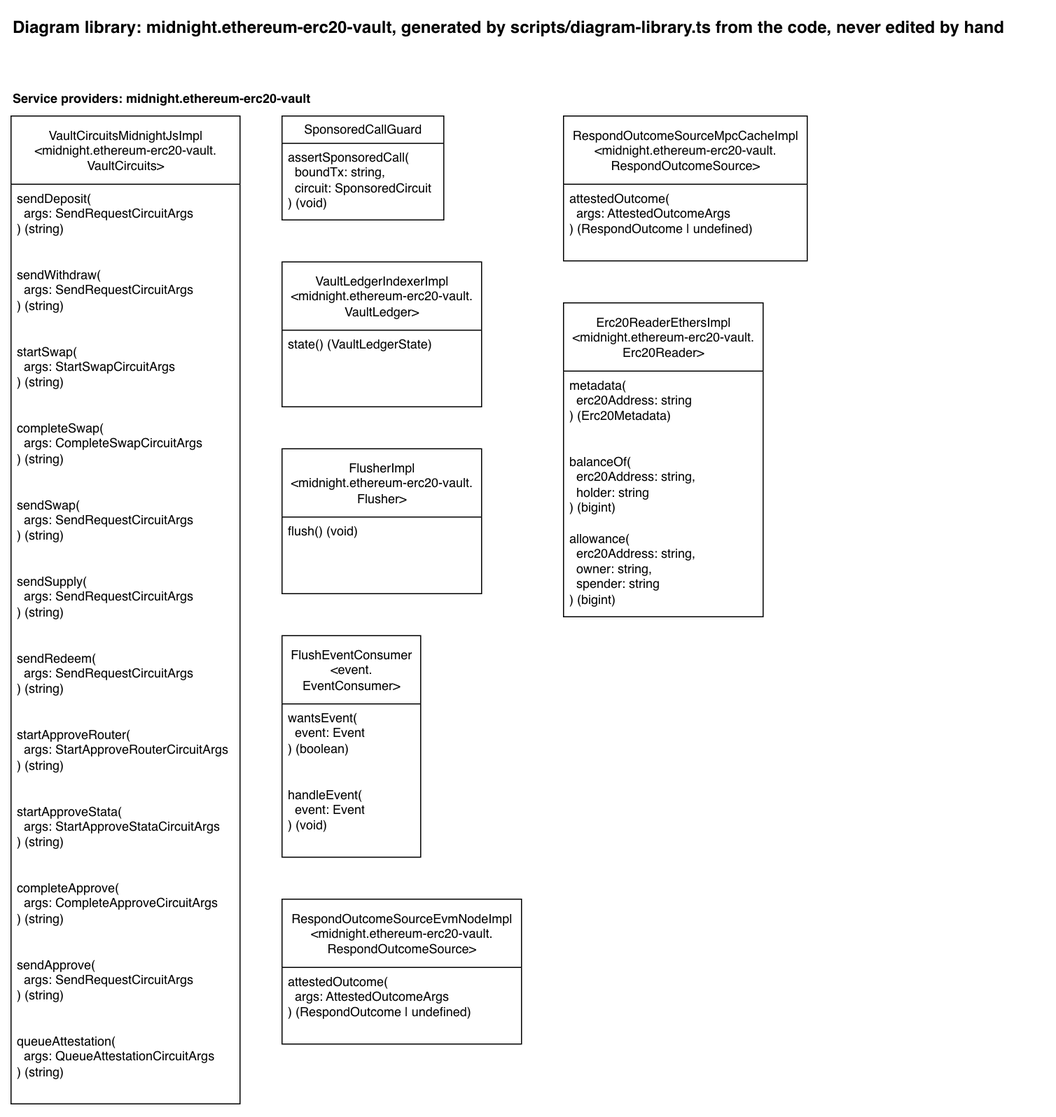
The draw.io diagram docs/diagram-library/midnight/ethereum-erc20-vault/diagram-library.drawio.png in sig-net/full-stack-demo, before a commit. Source tidied: cells renumbered, new cells last; positions are measured from the earlier drawing's top-left corner, leaving out a move shared by most shapes.
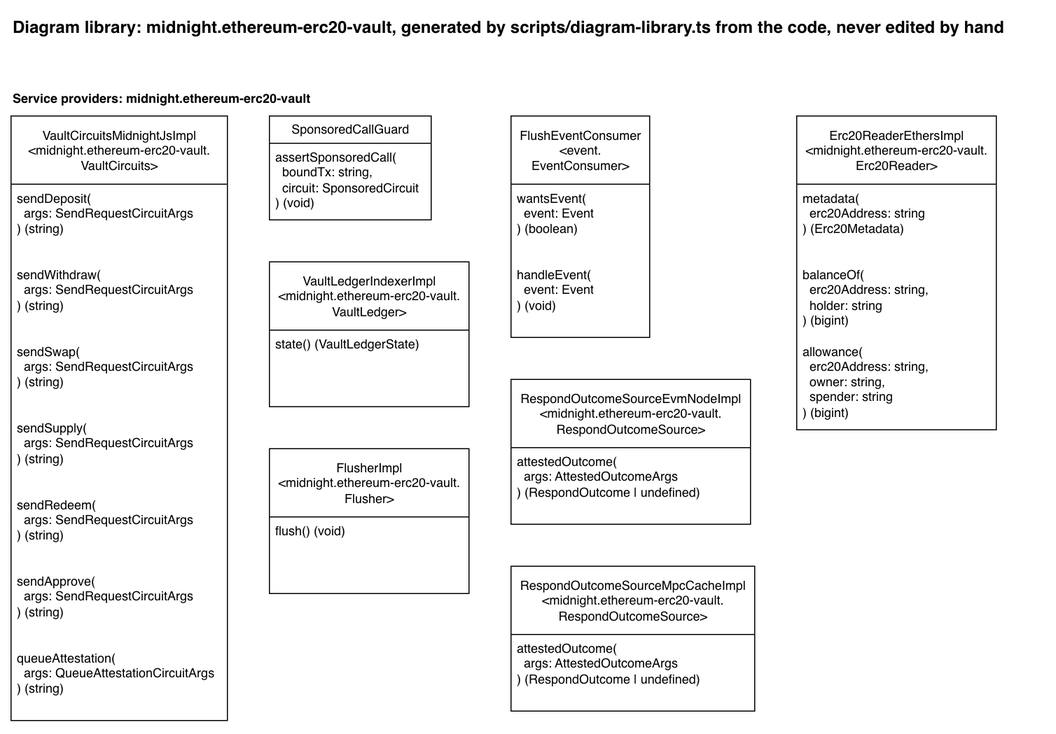
Above is the later version.

The edit, as a diff of the source:
```diff
@@ -9,64 +9,49 @@
       <mxGeometry y="70" width="309" height="20" as="geometry" />
     </mxCell>
     <mxCell id="4" value="VaultCircuitsMidnightJsImpl&lt;br&gt;&amp;lt;midnight.ethereum-erc20-vault.&lt;br&gt;VaultCircuits&amp;gt;" style="swimlane;fontStyle=0;horizontal=1;startSize=65;fillColor=default;html=1;fillStyle=solid;" parent="1" vertex="1">
-      <mxGeometry y="100" width="218" height="941" as="geometry" />
+      <mxGeometry y="100" width="206" height="576" as="geometry" />
     </mxCell>
     <mxCell id="5" value="sendDeposit(&lt;br&gt;&amp;nbsp; args: SendRequestCircuitArgs&lt;br&gt;) (string)" style="text;strokeColor=none;fillColor=none;align=left;verticalAlign=top;spacingLeft=4;spacingRight=4;overflow=hidden;whiteSpace=wrap;html=1;" parent="4" vertex="1">
-      <mxGeometry y="65" width="218" height="73" as="geometry" />
+      <mxGeometry y="65" width="206" height="73" as="geometry" />
     </mxCell>
     <mxCell id="6" value="sendWithdraw(&lt;br&gt;&amp;nbsp; args: SendRequestCircuitArgs&lt;br&gt;) (string)" style="text;strokeColor=none;fillColor=none;align=left;verticalAlign=top;spacingLeft=4;spacingRight=4;overflow=hidden;whiteSpace=wrap;html=1;" parent="4" vertex="1">
-      <mxGeometry y="138" width="218" height="73" as="geometry" />
+      <mxGeometry y="138" width="206" height="73" as="geometry" />
     </mxCell>
-    <mxCell id="7" value="startSwap(&lt;br&gt;&amp;nbsp; args: StartSwapCircuitArgs&lt;br&gt;) (string)" style="text;strokeColor=none;fillColor=none;align=left;verticalAlign=top;spacingLeft=4;spacingRight=4;overflow=hidden;whiteSpace=wrap;html=1;" parent="4" vertex="1">
-      <mxGeometry y="211" width="218" height="73" as="geometry" />
-    </mxCell>
-    <mxCell id="8" value="completeSwap(&lt;br&gt;&amp;nbsp; args: CompleteSwapCircuitArgs&lt;br&gt;) (string)" style="text;strokeColor=none;fillColor=none;align=left;verticalAlign=top;spacingLeft=4;spacingRight=4;overflow=hidden;whiteSpace=wrap;html=1;" parent="4" vertex="1">
-      <mxGeometry y="284" width="218" height="73" as="geometry" />
-    </mxCell>
     <mxCell id="9" value="sendSwap(&lt;br&gt;&amp;nbsp; args: SendRequestCircuitArgs&lt;br&gt;) (string)" style="text;strokeColor=none;fillColor=none;align=left;verticalAlign=top;spacingLeft=4;spacingRight=4;overflow=hidden;whiteSpace=wrap;html=1;" parent="4" vertex="1">
-      <mxGeometry y="357" width="218" height="73" as="geometry" />
+      <mxGeometry y="211" width="206" height="73" as="geometry" />
     </mxCell>
     <mxCell id="10" value="sendSupply(&lt;br&gt;&amp;nbsp; args: SendRequestCircuitArgs&lt;br&gt;) (string)" style="text;strokeColor=none;fillColor=none;align=left;verticalAlign=top;spacingLeft=4;spacingRight=4;overflow=hidden;whiteSpace=wrap;html=1;" parent="4" vertex="1">
-      <mxGeometry y="430" width="218" height="73" as="geometry" />
+      <mxGeometry y="284" width="206" height="73" as="geometry" />
     </mxCell>
     <mxCell id="11" value="sendRedeem(&lt;br&gt;&amp;nbsp; args: SendRequestCircuitArgs&lt;br&gt;) (string)" style="text;strokeColor=none;fillColor=none;align=left;verticalAlign=top;spacingLeft=4;spacingRight=4;overflow=hidden;whiteSpace=wrap;html=1;" parent="4" vertex="1">
-      <mxGeometry y="503" width="218" height="73" as="geometry" />
+      <mxGeometry y="357" width="206" height="73" as="geometry" />
     </mxCell>
-    <mxCell id="12" value="startApproveRouter(&lt;br&gt;&amp;nbsp; args: StartApproveRouterCircuitArgs&lt;br&gt;) (string)" style="text;strokeColor=none;fillColor=none;align=left;verticalAlign=top;spacingLeft=4;spacingRight=4;overflow=hidden;whiteSpace=wrap;html=1;" parent="4" vertex="1">
-      <mxGeometry y="576" width="218" height="73" as="geometry" />
-    </mxCell>
-    <mxCell id="13" value="startApproveStata(&lt;br&gt;&amp;nbsp; args: StartApproveStataCircuitArgs&lt;br&gt;) (string)" style="text;strokeColor=none;fillColor=none;align=left;verticalAlign=top;spacingLeft=4;spacingRight=4;overflow=hidden;whiteSpace=wrap;html=1;" parent="4" vertex="1">
-      <mxGeometry y="649" width="218" height="73" as="geometry" />
-    </mxCell>
-    <mxCell id="14" value="completeApprove(&lt;br&gt;&amp;nbsp; args: CompleteApproveCircuitArgs&lt;br&gt;) (string)" style="text;strokeColor=none;fillColor=none;align=left;verticalAlign=top;spacingLeft=4;spacingRight=4;overflow=hidden;whiteSpace=wrap;html=1;" parent="4" vertex="1">
-      <mxGeometry y="722" width="218" height="73" as="geometry" />
-    </mxCell>
     <mxCell id="15" value="sendApprove(&lt;br&gt;&amp;nbsp; args: SendRequestCircuitArgs&lt;br&gt;) (string)" style="text;strokeColor=none;fillColor=none;align=left;verticalAlign=top;spacingLeft=4;spacingRight=4;overflow=hidden;whiteSpace=wrap;html=1;" parent="4" vertex="1">
-      <mxGeometry y="795" width="218" height="73" as="geometry" />
+      <mxGeometry y="430" width="206" height="73" as="geometry" />
     </mxCell>
     <mxCell id="16" value="queueAttestation(&lt;br&gt;&amp;nbsp; args: QueueAttestationCircuitArgs&lt;br&gt;) (string)" style="text;strokeColor=none;fillColor=none;align=left;verticalAlign=top;spacingLeft=4;spacingRight=4;overflow=hidden;whiteSpace=wrap;html=1;" parent="4" vertex="1">
-      <mxGeometry y="868" width="218" height="73" as="geometry" />
+      <mxGeometry y="503" width="206" height="73" as="geometry" />
     </mxCell>
     <mxCell id="17" value="SponsoredCallGuard" style="swimlane;fontStyle=0;horizontal=1;startSize=26;fillColor=default;html=1;fillStyle=solid;" parent="1" vertex="1">
-      <mxGeometry x="258" y="100" width="154" height="99" as="geometry" />
+      <mxGeometry x="246" y="100" width="154" height="99" as="geometry" />
     </mxCell>
     <mxCell id="18" value="assertSponsoredCall(&lt;br&gt;&amp;nbsp; boundTx: string,&lt;br&gt;&amp;nbsp; circuit: SponsoredCircuit&lt;br&gt;) (void)" style="text;strokeColor=none;fillColor=none;align=left;verticalAlign=top;spacingLeft=4;spacingRight=4;overflow=hidden;whiteSpace=wrap;html=1;" parent="17" vertex="1">
       <mxGeometry y="26" width="154" height="73" as="geometry" />
     </mxCell>
     <mxCell id="19" value="VaultLedgerIndexerImpl&lt;br&gt;&amp;lt;midnight.ethereum-erc20-vault.&lt;br&gt;VaultLedger&amp;gt;" style="swimlane;fontStyle=0;horizontal=1;startSize=65;fillColor=default;html=1;fillStyle=solid;" parent="1" vertex="1">
-      <mxGeometry x="258" y="239" width="190" height="138" as="geometry" />
+      <mxGeometry x="246" y="239" width="190" height="138" as="geometry" />
     </mxCell>
     <mxCell id="20" value="state() (VaultLedgerState)" style="text;strokeColor=none;fillColor=none;align=left;verticalAlign=top;spacingLeft=4;spacingRight=4;overflow=hidden;whiteSpace=wrap;html=1;" parent="19" vertex="1">
       <mxGeometry y="65" width="190" height="73" as="geometry" />
     </mxCell>
     <mxCell id="21" value="FlusherImpl&lt;br&gt;&amp;lt;midnight.ethereum-erc20-vault.&lt;br&gt;Flusher&amp;gt;" style="swimlane;fontStyle=0;horizontal=1;startSize=65;fillColor=default;html=1;fillStyle=solid;" parent="1" vertex="1">
-      <mxGeometry x="258" y="417" width="190" height="138" as="geometry" />
+      <mxGeometry x="246" y="417" width="190" height="138" as="geometry" />
     </mxCell>
     <mxCell id="22" value="flush() (void)" style="text;strokeColor=none;fillColor=none;align=left;verticalAlign=top;spacingLeft=4;spacingRight=4;overflow=hidden;whiteSpace=wrap;html=1;" parent="21" vertex="1">
       <mxGeometry y="65" width="190" height="73" as="geometry" />
     </mxCell>
     <mxCell id="23" value="FlushEventConsumer&lt;br&gt;&amp;lt;event.&lt;br&gt;EventConsumer&amp;gt;" style="swimlane;fontStyle=0;horizontal=1;startSize=65;fillColor=default;html=1;fillStyle=solid;" parent="1" vertex="1">
-      <mxGeometry x="258" y="595" width="132" height="211" as="geometry" />
+      <mxGeometry x="476" y="100" width="132" height="211" as="geometry" />
     </mxCell>
     <mxCell id="24" value="wantsEvent(&lt;br&gt;&amp;nbsp; event: Event&lt;br&gt;) (boolean)" style="text;strokeColor=none;fillColor=none;align=left;verticalAlign=top;spacingLeft=4;spacingRight=4;overflow=hidden;whiteSpace=wrap;html=1;" parent="23" vertex="1">
       <mxGeometry y="65" width="132" height="73" as="geometry" />
@@ -75,19 +60,19 @@
       <mxGeometry y="138" width="132" height="73" as="geometry" />
     </mxCell>
     <mxCell id="26" value="RespondOutcomeSourceEvmNodeImpl&lt;br&gt;&amp;lt;midnight.ethereum-erc20-vault.&lt;br&gt;RespondOutcomeSource&amp;gt;" style="swimlane;fontStyle=0;horizontal=1;startSize=65;fillColor=default;html=1;fillStyle=solid;" parent="1" vertex="1">
-      <mxGeometry x="258" y="846" width="228" height="138" as="geometry" />
+      <mxGeometry x="476" y="351" width="228" height="138" as="geometry" />
     </mxCell>
     <mxCell id="27" value="attestedOutcome(&lt;br&gt;&amp;nbsp; args: AttestedOutcomeArgs&lt;br&gt;) (RespondOutcome | undefined)" style="text;strokeColor=none;fillColor=none;align=left;verticalAlign=top;spacingLeft=4;spacingRight=4;overflow=hidden;whiteSpace=wrap;html=1;" parent="26" vertex="1">
       <mxGeometry y="65" width="228" height="73" as="geometry" />
     </mxCell>
     <mxCell id="28" value="RespondOutcomeSourceMpcCacheImpl&lt;br&gt;&amp;lt;midnight.ethereum-erc20-vault.&lt;br&gt;RespondOutcomeSource&amp;gt;" style="swimlane;fontStyle=0;horizontal=1;startSize=65;fillColor=default;html=1;fillStyle=solid;" parent="1" vertex="1">
-      <mxGeometry x="526" y="100" width="232" height="138" as="geometry" />
+      <mxGeometry x="476" y="529" width="232" height="138" as="geometry" />
     </mxCell>
     <mxCell id="29" value="attestedOutcome(&lt;br&gt;&amp;nbsp; args: AttestedOutcomeArgs&lt;br&gt;) (RespondOutcome | undefined)" style="text;strokeColor=none;fillColor=none;align=left;verticalAlign=top;spacingLeft=4;spacingRight=4;overflow=hidden;whiteSpace=wrap;html=1;" parent="28" vertex="1">
       <mxGeometry y="65" width="232" height="73" as="geometry" />
     </mxCell>
     <mxCell id="30" value="Erc20ReaderEthersImpl&lt;br&gt;&amp;lt;midnight.ethereum-erc20-vault.&lt;br&gt;Erc20Reader&amp;gt;" style="swimlane;fontStyle=0;horizontal=1;startSize=65;fillColor=default;html=1;fillStyle=solid;" parent="1" vertex="1">
-      <mxGeometry x="526" y="278" width="190" height="299" as="geometry" />
+      <mxGeometry x="748" y="100" width="190" height="299" as="geometry" />
     </mxCell>
     <mxCell id="31" value="metadata(&lt;br&gt;&amp;nbsp; erc20Address: string&lt;br&gt;) (Erc20Metadata)" style="text;strokeColor=none;fillColor=none;align=left;verticalAlign=top;spacingLeft=4;spacingRight=4;overflow=hidden;whiteSpace=wrap;html=1;" parent="30" vertex="1">
       <mxGeometry y="65" width="190" height="73" as="geometry" />
```
